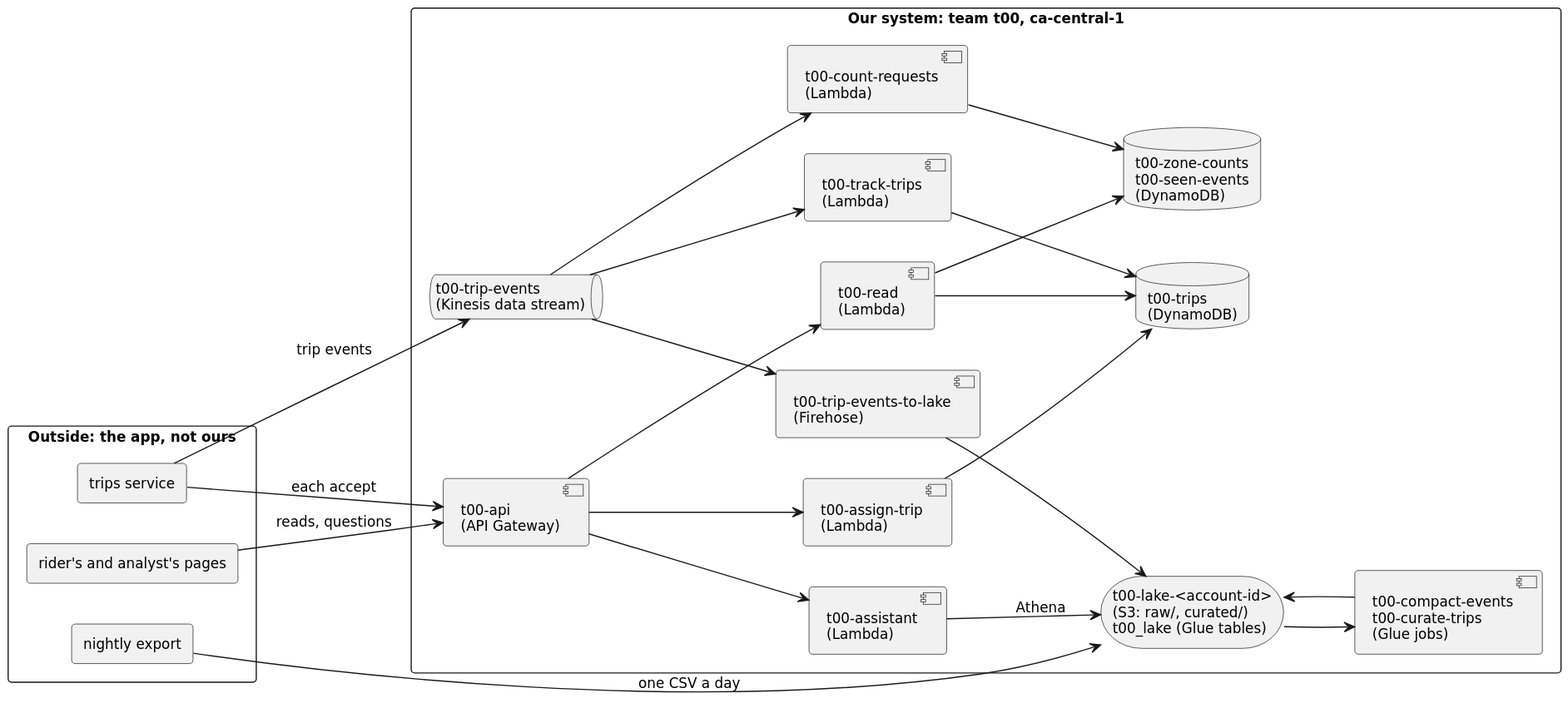
Before: docs/sketch.svg, a diagram exported from PlantUML (cpsc436c-2026w1/b5-t2-behave-sim).
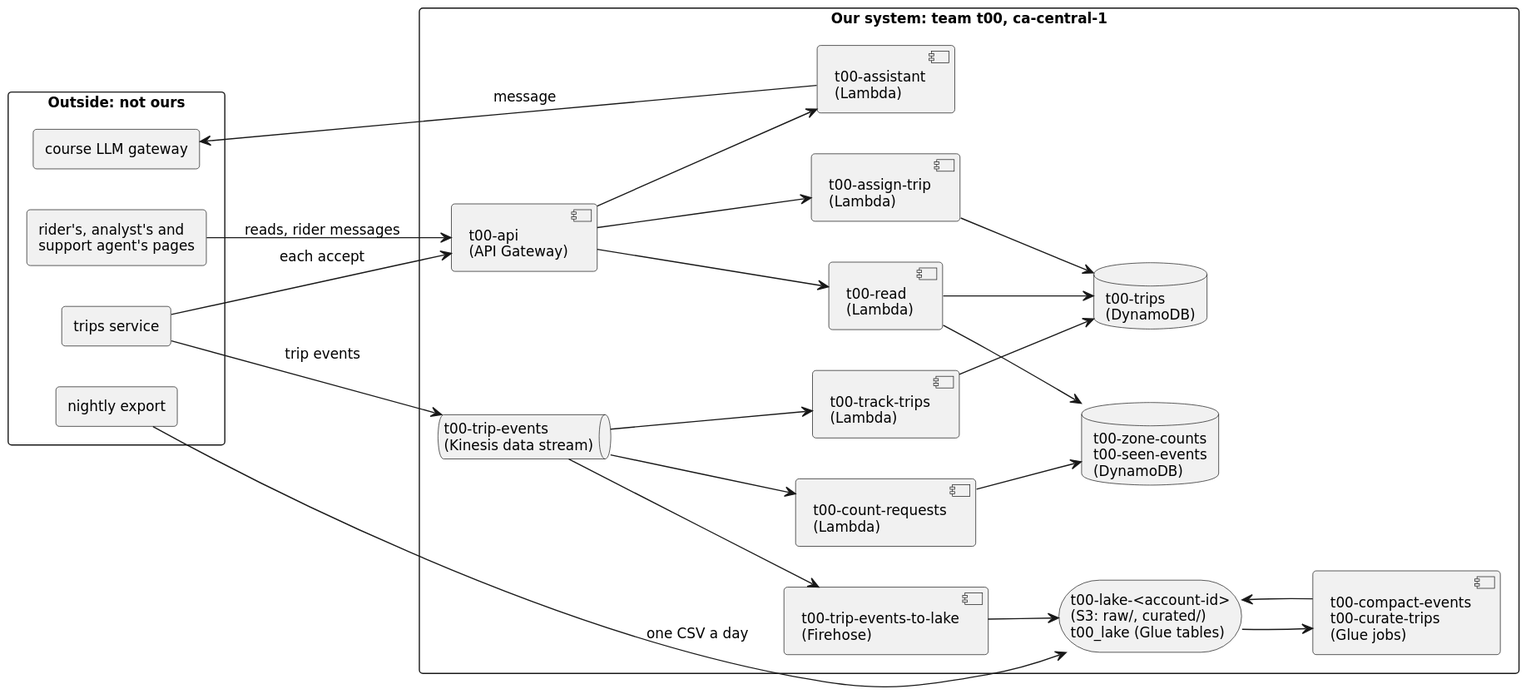
The same file after the commit.

The edit, as a diff of the source:
```diff
@@ -5,10 +5,11 @@
 skinparam shadowing false
 skinparam roundCorner 6
 
-rectangle "Outside: the app, not ours" as outside {
+rectangle "Outside: not ours" as outside {
   agent "trips service" as svc
   agent "nightly export" as export
-  agent "rider's and analyst's pages" as pages
+  agent "rider's, analyst's and\nsupport agent's pages" as pages
+  agent "course LLM gateway" as gateway
 }
 
 rectangle "Our system: team t00, ca-central-1" as ours {
@@ -29,7 +30,7 @@
 svc --> stream : trip events
 svc --> api : each accept
 export --> lake : one CSV a day
-pages --> api : reads, questions
+pages --> api : reads, rider messages
 
 stream --> count
 count --> counts
@@ -45,5 +46,5 @@
 read --> trips
 read --> counts
 api --> assistant
-assistant --> lake : Athena
+assistant --> gateway : message
 @enduml
```
